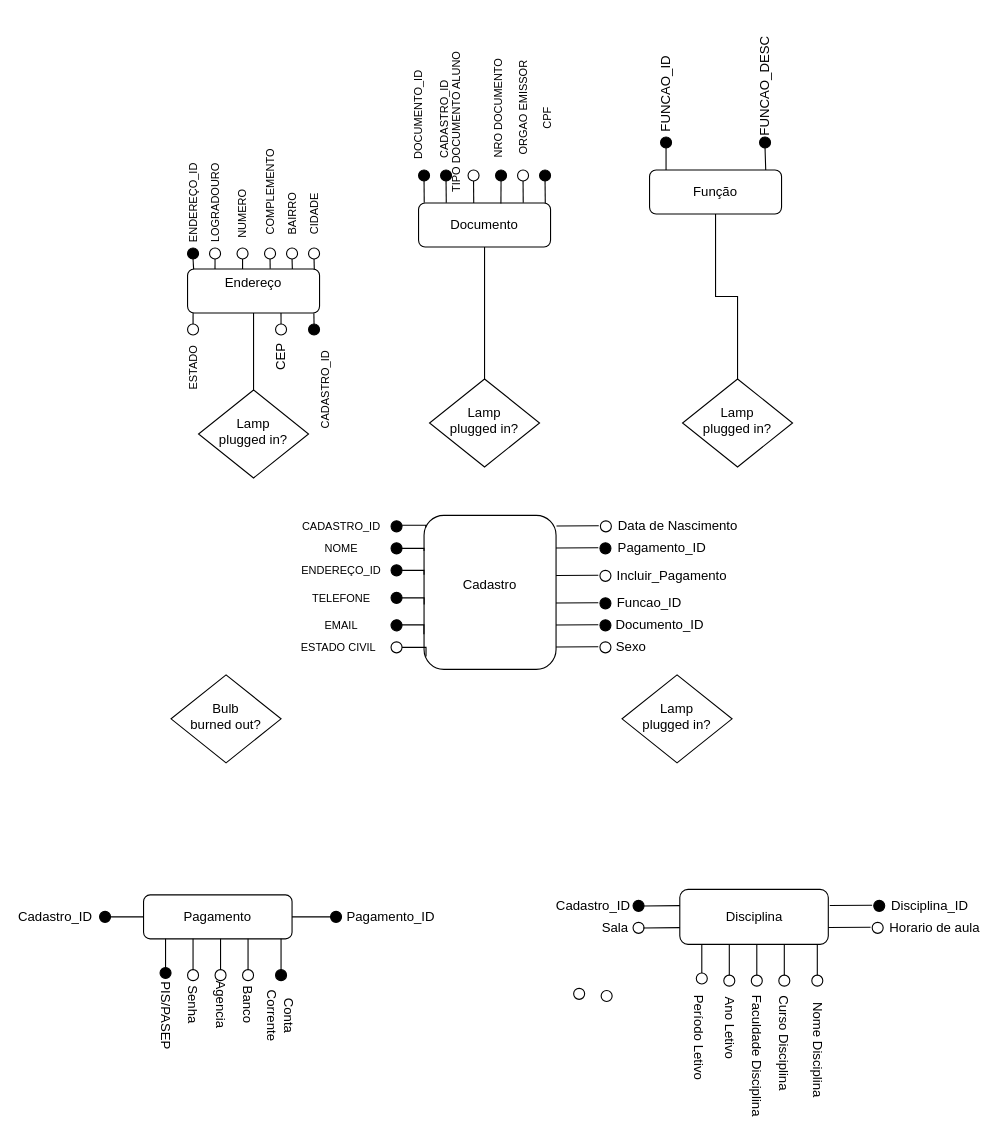
Nicholasmais/diagrams keeps this draw.io diagram as bd2Diagram.drawio. Above is the earlier version. Source tidied: cells renumbered, new cells numbered last; positions are measured from the earlier drawing's top-left corner, leaving out a move shared by most shapes. Both pictures are drawn from the tidied source at 110%, with x=0, y=0 at pixel (33, 75).
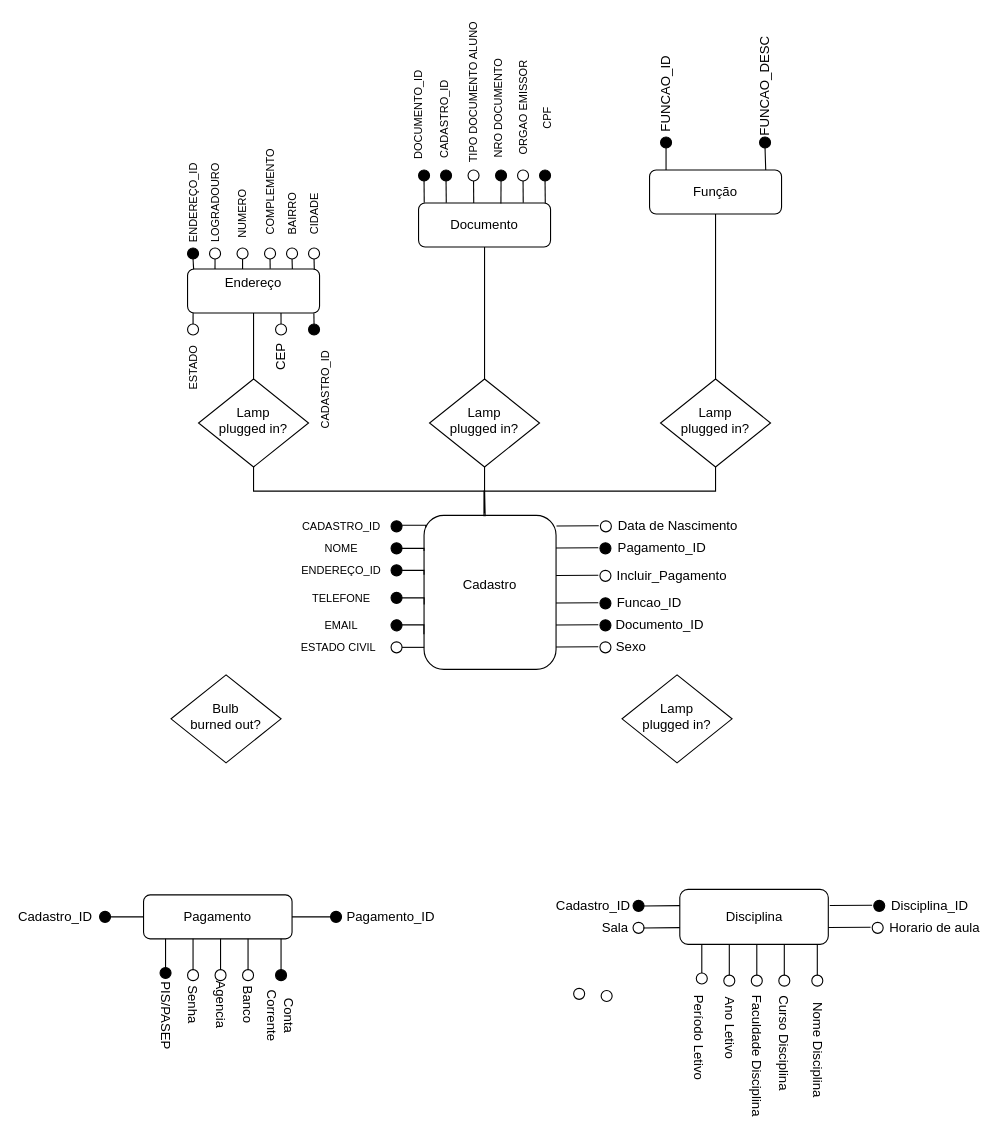
The same page after the edit.

The change refers to these unchanged cells:
```xml
<mxCell id="5" value="&lt;div&gt;Cadastro&lt;/div&gt;&lt;div&gt;&lt;br&gt;&lt;/div&gt;" style="rounded=1;whiteSpace=wrap;html=1;fontSize=12;glass=0;strokeWidth=1;shadow=0;" parent="1" vertex="1">
  <mxGeometry x="355" y="400" width="120" height="140" as="geometry" />
</mxCell>
<mxCell id="29" value="Lamp&lt;br&gt;plugged in?" style="rhombus;whiteSpace=wrap;html=1;shadow=0;fontFamily=Helvetica;fontSize=12;align=center;strokeWidth=1;spacing=6;spacingTop=-4;" parent="1" vertex="1">
  <mxGeometry x="360" y="276" width="100" height="80" as="geometry" />
</mxCell>
<mxCell id="124" style="ellipse;whiteSpace=wrap;html=1;rotation=0;" parent="122" vertex="1">
  <mxGeometry x="10" y="10" width="10" height="10" as="geometry" />
</mxCell>
```

What changed in the source:
```diff
@@
+    <mxCell id="159" style="edgeStyle=orthogonalEdgeStyle;rounded=0;jettySize=auto;html=1;exitX=0.5;exitY=1;exitDx=0;exitDy=0;entryX=0.454;entryY=0.006;entryDx=0;entryDy=0;entryPerimeter=0;endArrow=none;endFill=0;strokeColor=#000000;" parent="1" edge="1" source="28" target="5">
+      <mxGeometry relative="1" as="geometry" />
+    </mxCell>
     <mxCell id="28" value="Lamp&lt;br&gt;plugged in?" style="rhombus;whiteSpace=wrap;html=1;shadow=0;fontFamily=Helvetica;fontSize=12;align=center;strokeWidth=1;spacing=6;spacingTop=-4;" parent="1" vertex="1">
-      <mxGeometry x="590" y="276" width="100" height="80" as="geometry" />
+      <mxGeometry x="570" y="276" width="100" height="80" as="geometry" />
     </mxCell>
+    <mxCell id="160" style="edgeStyle=orthogonalEdgeStyle;rounded=0;jettySize=auto;html=1;exitX=0.5;exitY=1;exitDx=0;exitDy=0;entryX=0.463;entryY=0.006;entryDx=0;entryDy=0;entryPerimeter=0;endArrow=none;endFill=0;strokeColor=#000000;" parent="1" edge="1" source="29" target="5">
+      <mxGeometry relative="1" as="geometry" />
+    </mxCell>
@@
+    <mxCell id="161" style="edgeStyle=orthogonalEdgeStyle;rounded=0;jettySize=auto;html=1;exitX=0.5;exitY=1;exitDx=0;exitDy=0;entryX=0.458;entryY=-0.014;entryDx=0;entryDy=0;entryPerimeter=0;endArrow=none;endFill=0;strokeColor=#000000;" parent="1" edge="1" source="30" target="5">
+      <mxGeometry relative="1" as="geometry" />
+    </mxCell>
     <mxCell id="30" value="Lamp&lt;br&gt;plugged in?" style="rhombus;whiteSpace=wrap;html=1;shadow=0;fontFamily=Helvetica;fontSize=12;align=center;strokeWidth=1;spacing=6;spacingTop=-4;" parent="1" vertex="1">
-      <mxGeometry x="150" y="286" width="100" height="80" as="geometry" />
+      <mxGeometry x="150" y="276" width="100" height="80" as="geometry" />
     </mxCell>
@@
     <mxCell id="47" value="&lt;font style=&quot;font-size: 10px&quot;&gt;TIPO DOCUMENTO ALUNO&lt;/font&gt;" style="text;html=1;strokeColor=none;fillColor=none;align=center;verticalAlign=middle;whiteSpace=wrap;rounded=0;rotation=-90;" parent="1" vertex="1">
-      <mxGeometry x="316.5" y="33" width="135" height="20" as="geometry" />
+      <mxGeometry x="332.5" y="6" width="135" height="20" as="geometry" />
     </mxCell>
@@
-    <mxCell id="152" style="edgeStyle=orthogonalEdgeStyle;rounded=0;jettySize=auto;html=1;exitX=1;exitY=0.5;exitDx=0;exitDy=0;entryX=0.015;entryY=0.917;entryDx=0;entryDy=0;entryPerimeter=0;endArrow=none;endFill=0;strokeColor=#000000;" parent="1" edge="1" source="124" target="5">
-      <mxGeometry relative="1" as="geometry" />
-    </mxCell>
@@
+    <mxCell id="152" style="edgeStyle=orthogonalEdgeStyle;rounded=0;jettySize=auto;html=1;exitX=1;exitY=0.5;exitDx=0;exitDy=0;entryX=0.001;entryY=0.854;entryDx=0;entryDy=0;entryPerimeter=0;endArrow=none;endFill=0;strokeColor=#000000;" parent="1" edge="1" source="124" target="5">
+      <mxGeometry relative="1" as="geometry" />
+    </mxCell>
```
